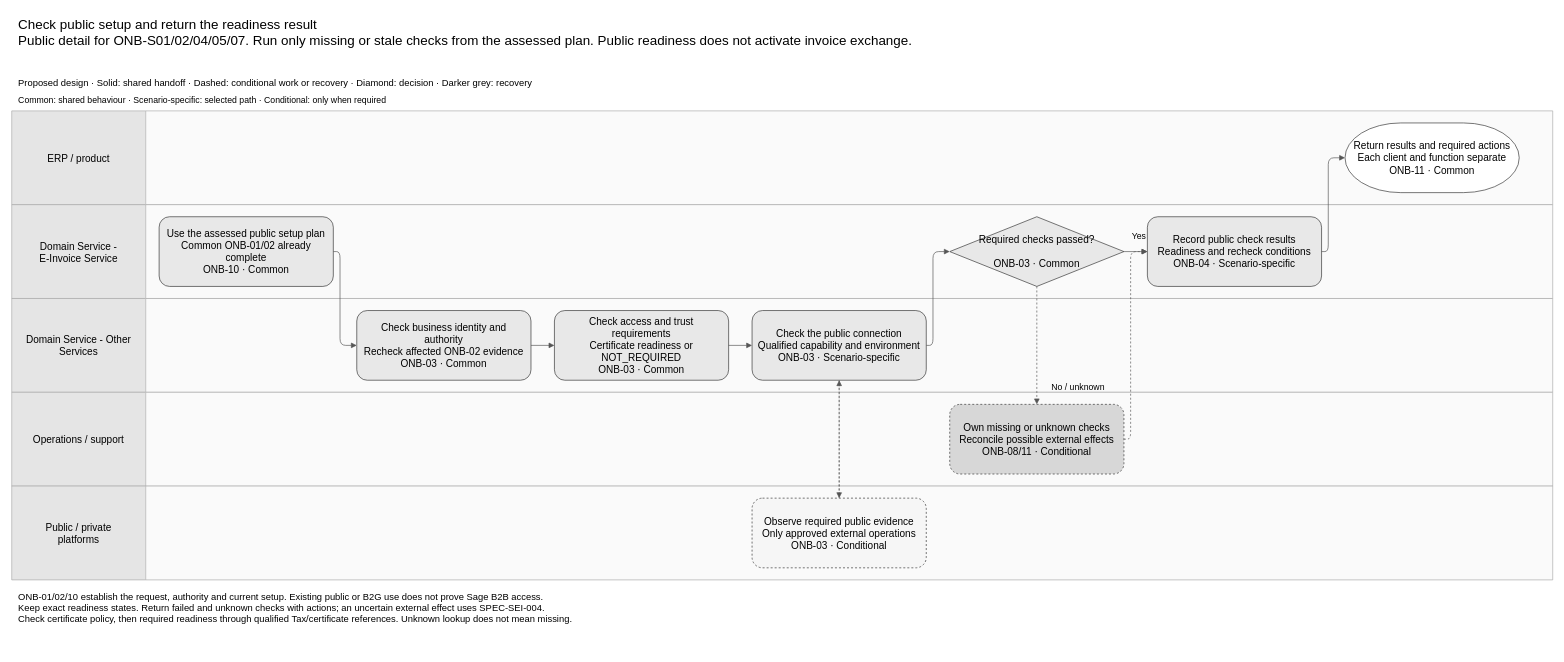
This is assets/diagrams/onboarding-public-readiness-process.drawio from jiaxinhe0709/pm_second_brain, a draw.io file, before an edit. Source tidied: cells renumbered, new cells numbered last; positions are measured from the earlier drawing's top-left corner, leaving out a move shared by most shapes. Both pictures are drawn from the tidied source at 67%, with x=0, y=0 at pixel (11, 11).
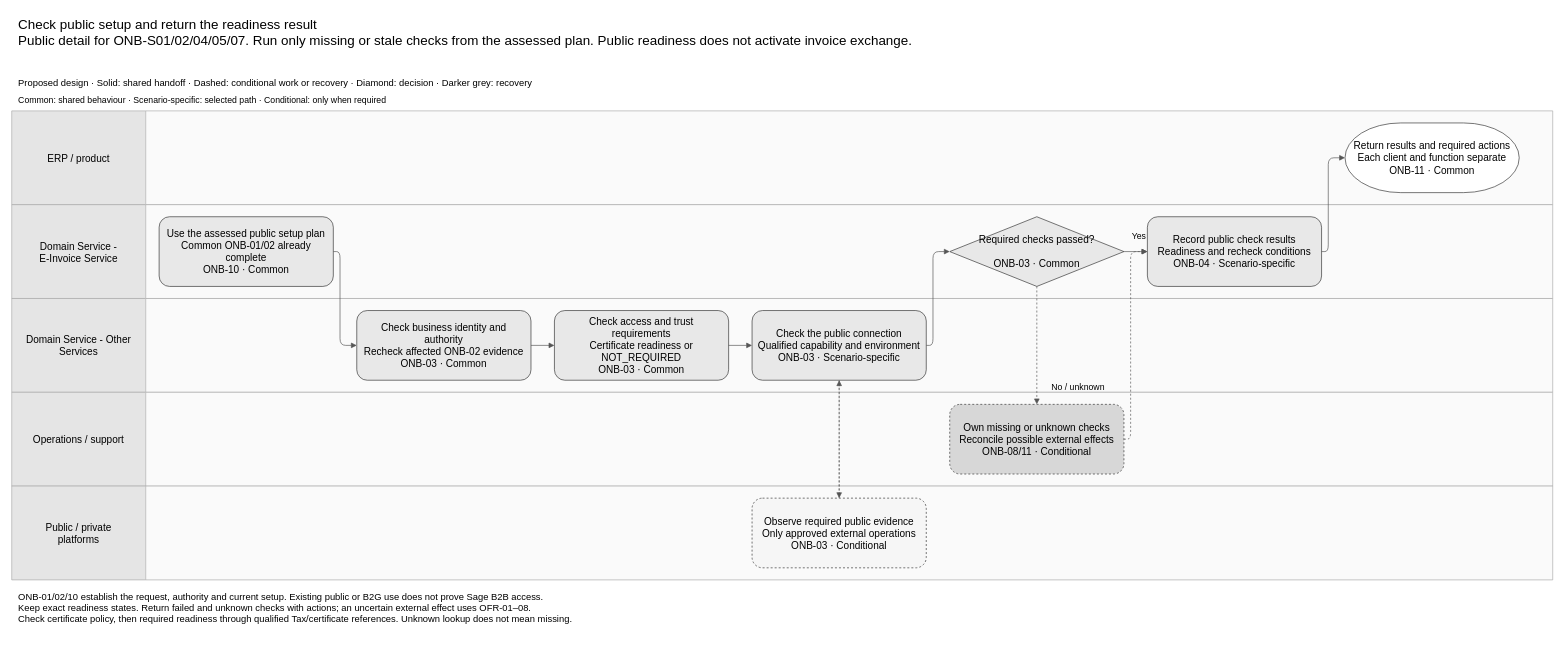
The same diagram, later.

Diff of the diagram source:
```diff
@@
-    <mxCell id="36" value="ONB-01/02/10 establish the request, authority and current setup. Existing public or B2G use does not prove Sage B2B access.&#10;Keep exact readiness states. Return failed and unknown checks with actions; an uncertain external effect uses SPEC-SEI-004.&#10;Check certificate policy, then required readiness through qualified Tax/certificate references. Unknown lookup does not mean missing." style="text;html=0;align=left;fontSize=14;" parent="1" vertex="1">
+    <mxCell id="36" value="ONB-01/02/10 establish the request, authority and current setup. Existing public or B2G use does not prove Sage B2B access.&#10;Keep exact readiness states. Return failed and unknown checks with actions; an uncertain external effect uses OFR-01–08.&#10;Check certificate policy, then required readiness through qualified Tax/certificate references. Unknown lookup does not mean missing." style="text;html=0;align=left;fontSize=14;" parent="1" vertex="1">
       <mxGeometry x="8" y="858" width="2284" height="96" as="geometry" />
     </mxCell>
```
